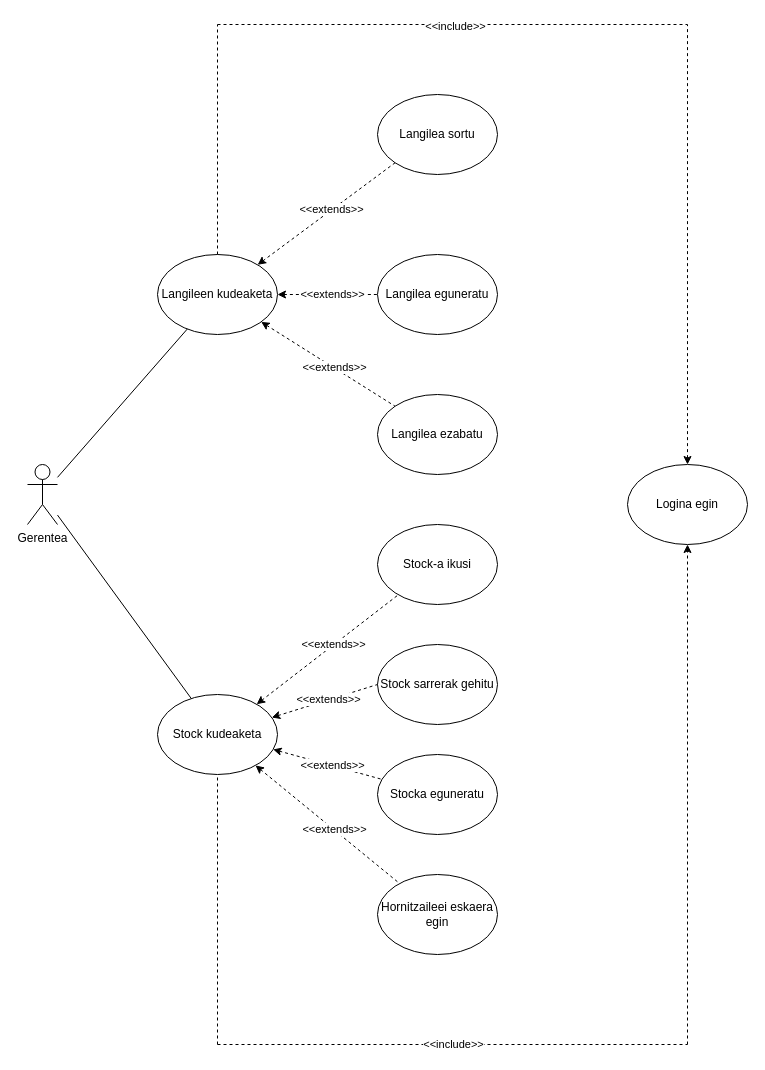
Earlier version of the draw.io diagram Diagramak/Gestio_aplikazioa/Gestio aplikazioa erabilpen-kasu diagrama (1).drawio (iguisado228/2MG3_1Erronka). Source tidied: cells renumbered, new cells numbered last; positions are measured from the earlier drawing's top-left corner, leaving out a move shared by most shapes. Both pictures are drawn from the tidied source at 100%, with x=0, y=0 at pixel (27, 24).
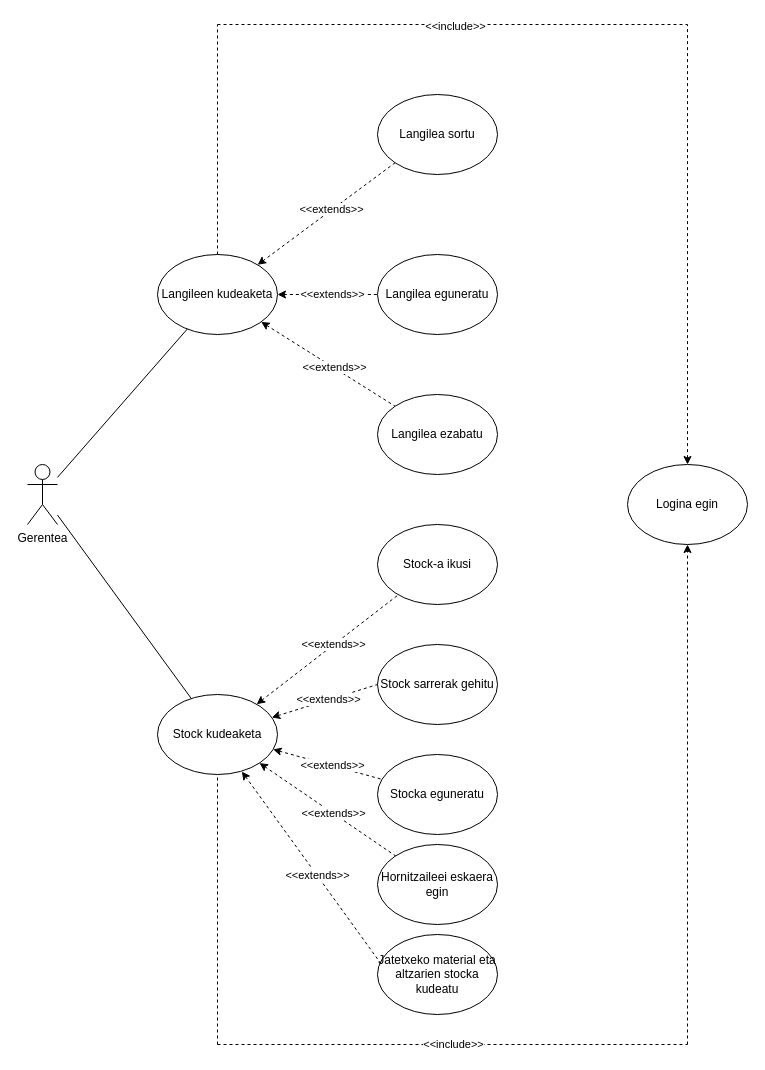
The same diagram, later.

Commit message (it also covers changes not shown here):
diagramak aldatuta

Unchanged cells that the change refers to:
```xml
<mxCell id="4" value="Stock kudeaketa" style="ellipse;whiteSpace=wrap;html=1;" parent="1" vertex="1">
  <mxGeometry x="130" y="670" width="120" height="80" as="geometry" />
</mxCell>
```

Change to the diagram source:
```diff
@@
     <mxCell id="11" value="Hornitzaileei eskaera egin" style="ellipse;whiteSpace=wrap;html=1;" parent="1" vertex="1">
-      <mxGeometry x="350" y="850" width="120" height="80" as="geometry" />
+      <mxGeometry x="350" y="820" width="120" height="80" as="geometry" />
     </mxCell>
@@
+    <mxCell id="37" value="Jatetxeko material eta altzarien stocka kudeatu" style="ellipse;whiteSpace=wrap;html=1;" parent="1" vertex="1">
+      <mxGeometry x="350" y="910" width="120" height="80" as="geometry" />
+    </mxCell>
+    <mxCell id="38" style="endArrow=none;dashed=1;html=1;rounded=0;startArrow=classic;startFill=1;exitX=0.703;exitY=0.963;exitDx=0;exitDy=0;exitPerimeter=0;entryX=0.019;entryY=0.344;entryDx=0;entryDy=0;entryPerimeter=0;" parent="1" edge="1" source="4" target="37">
+      <mxGeometry relative="1" as="geometry" />
+    </mxCell>
+    <mxCell id="39" value="&amp;lt;&amp;lt;extends&amp;gt;&amp;gt;" style="edgeLabel;html=1;align=center;verticalAlign=middle;" parent="38" vertex="1">
+      <mxGeometry x="0.09" y="1" relative="1" as="geometry">
+        <mxPoint x="-1" as="offset" />
+      </mxGeometry>
+    </mxCell>
```
